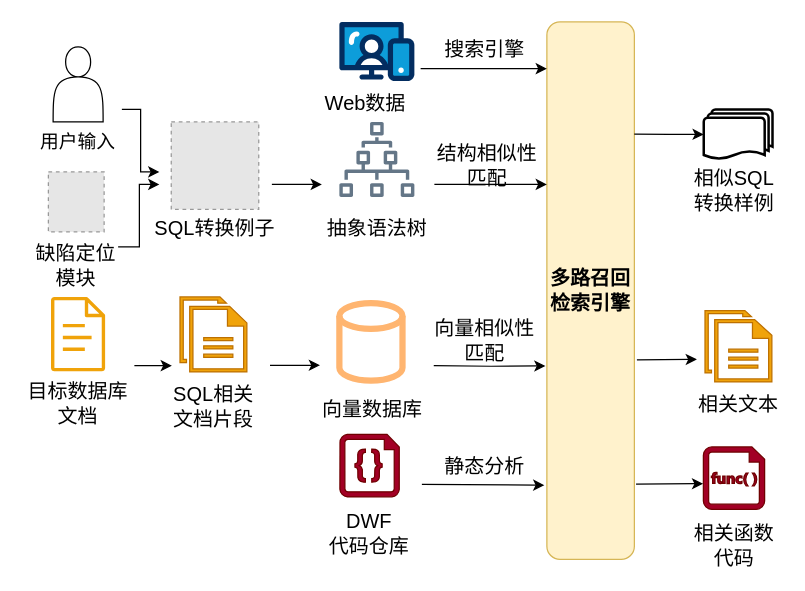
Earlier version of the draw.io diagram 开题报告/retrieval.drawio (Olive-2019/drawio-source). Source tidied: cells renumbered, new cells numbered last; positions are measured from the earlier drawing's top-left corner, leaving out a move shared by most shapes. Both pictures are drawn from the tidied source at 125%, with x=0, y=0 at pixel (21, 21). Pictures stored in the file or linked from it are replaced by grey dashed boxes.
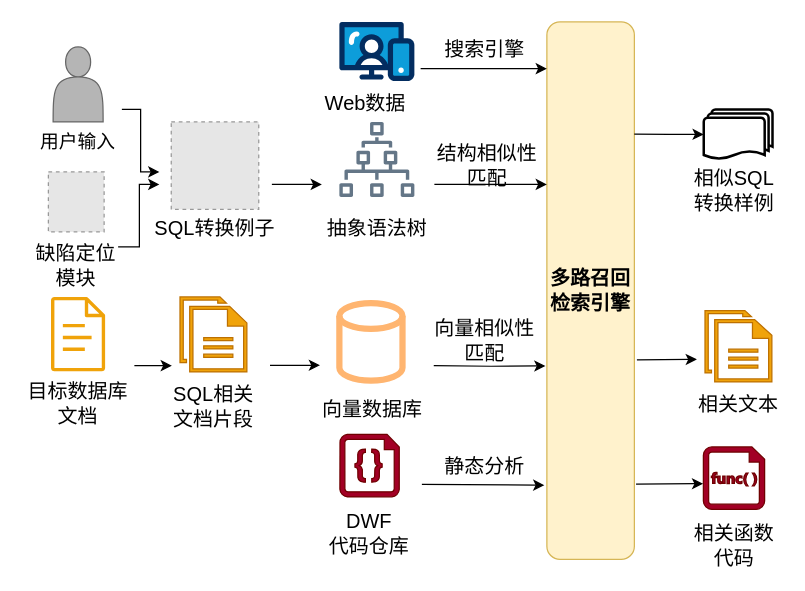
The same diagram, later.

Unchanged cells that the change refers to:
```xml
<mxCell id="18" style="group;strokeColor=none;dashed=1;strokeWidth=2;" parent="1" vertex="1">
  <mxGeometry x="10" y="20" width="70" height="90" as="geometry" />
</mxCell>
```

What changed in the source:
```diff
@@
-    <mxCell id="19" style="shape=actor;whiteSpace=wrap;html=1;" parent="18" vertex="1">
+    <mxCell id="19" style="shape=actor;whiteSpace=wrap;html=1;fillColor=#B5B5B5;fontColor=#333333;strokeColor=#666666;" parent="18" vertex="1">
       <mxGeometry x="15" width="40" height="60" as="geometry" />
     </mxCell>
```
